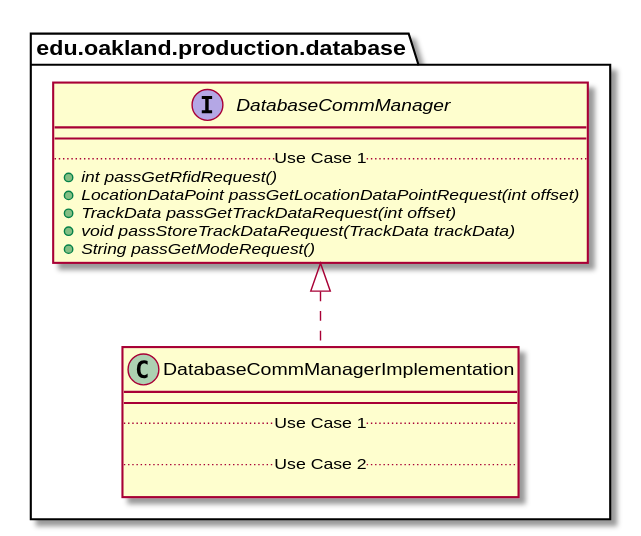
Before: docs/uml-class-diagrams/database/production/DatabaseCommManagerImplementation/DatabaseCommManagerImplementation_DirectDependencies.svg, a diagram exported from PlantUML (elilley15/csi-3370-software-project). Its diagram source:
```plantuml
@startuml DatabaseCommManagerImplementation_DirectDependencies


package edu.oakland.production.database {
    class DatabaseCommManagerImplementation {
        __
        .. Use Case 1 ..

        .. Use Case 2 ..

    }
}



package edu.oakland.production.database {
    interface DatabaseCommManager {
        __
        .. Use Case 1 ..
        {abstract} + int passGetRfidRequest()
        {abstract} + LocationDataPoint passGetLocationDataPointRequest(int offset)
        {abstract} + TrackData passGetTrackDataRequest(int offset)
        {abstract} + void passStoreTrackDataRequest(TrackData trackData)
        {abstract} + String passGetModeRequest()
    }
}

DatabaseCommManagerImplementation .up.|> DatabaseCommManager





@enduml
```
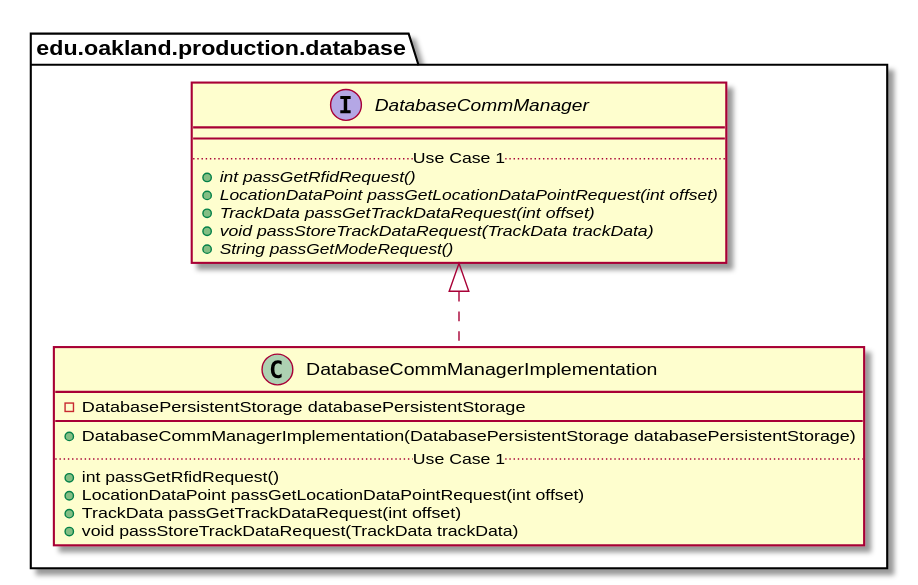
After the change.

What changed in the source:
```diff
@@ -3,11 +3,14 @@
 
 package edu.oakland.production.database {
     class DatabaseCommManagerImplementation {
+        - DatabasePersistentStorage databasePersistentStorage
         __
+        + DatabaseCommManagerImplementation(DatabasePersistentStorage databasePersistentStorage)
         .. Use Case 1 ..
-
-        .. Use Case 2 ..
-
+        + int passGetRfidRequest()
+        + LocationDataPoint passGetLocationDataPointRequest(int offset)
+        + TrackData passGetTrackDataRequest(int offset)
+        + void passStoreTrackDataRequest(TrackData trackData)
     }
 }
 
```
